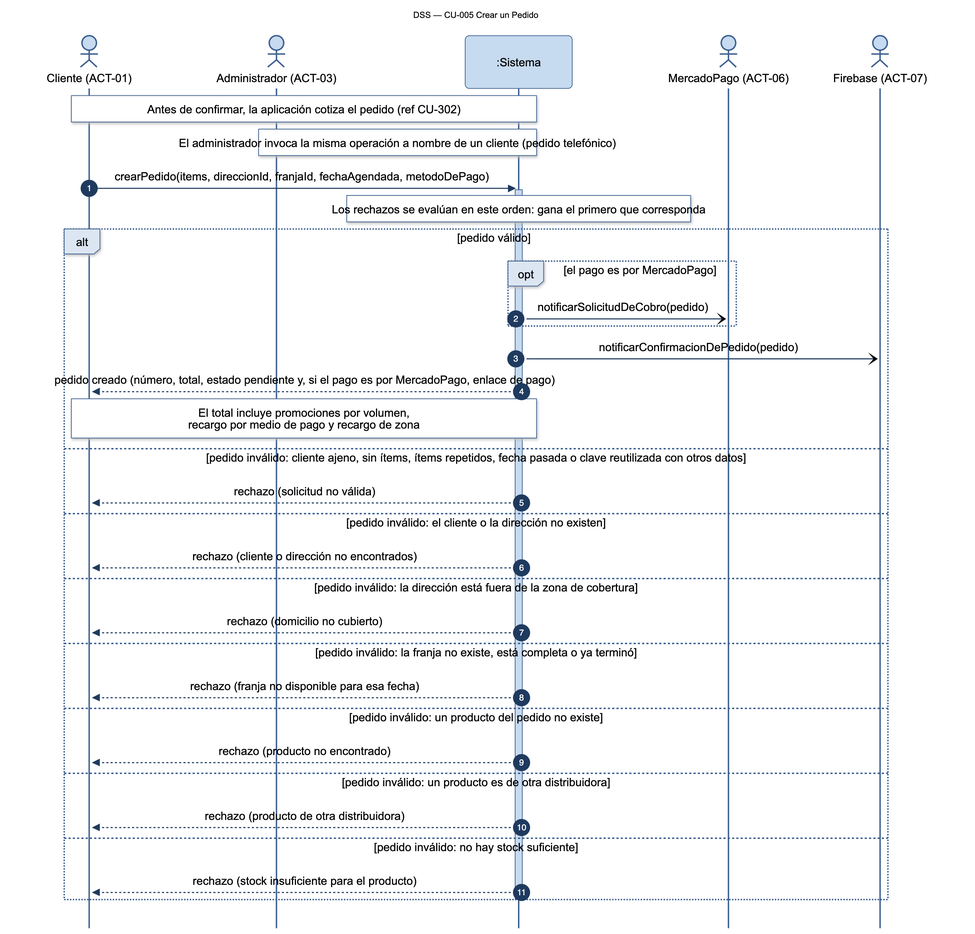
Before: diagramas/png/DSS_CU-005_Crear-un-Pedido.png, a diagram exported from Mermaid (Nahuelito-Dev/splg-docs). Its source is kept beside it as diagramas/DSS_CU-005_Crear-un-Pedido.mmd.
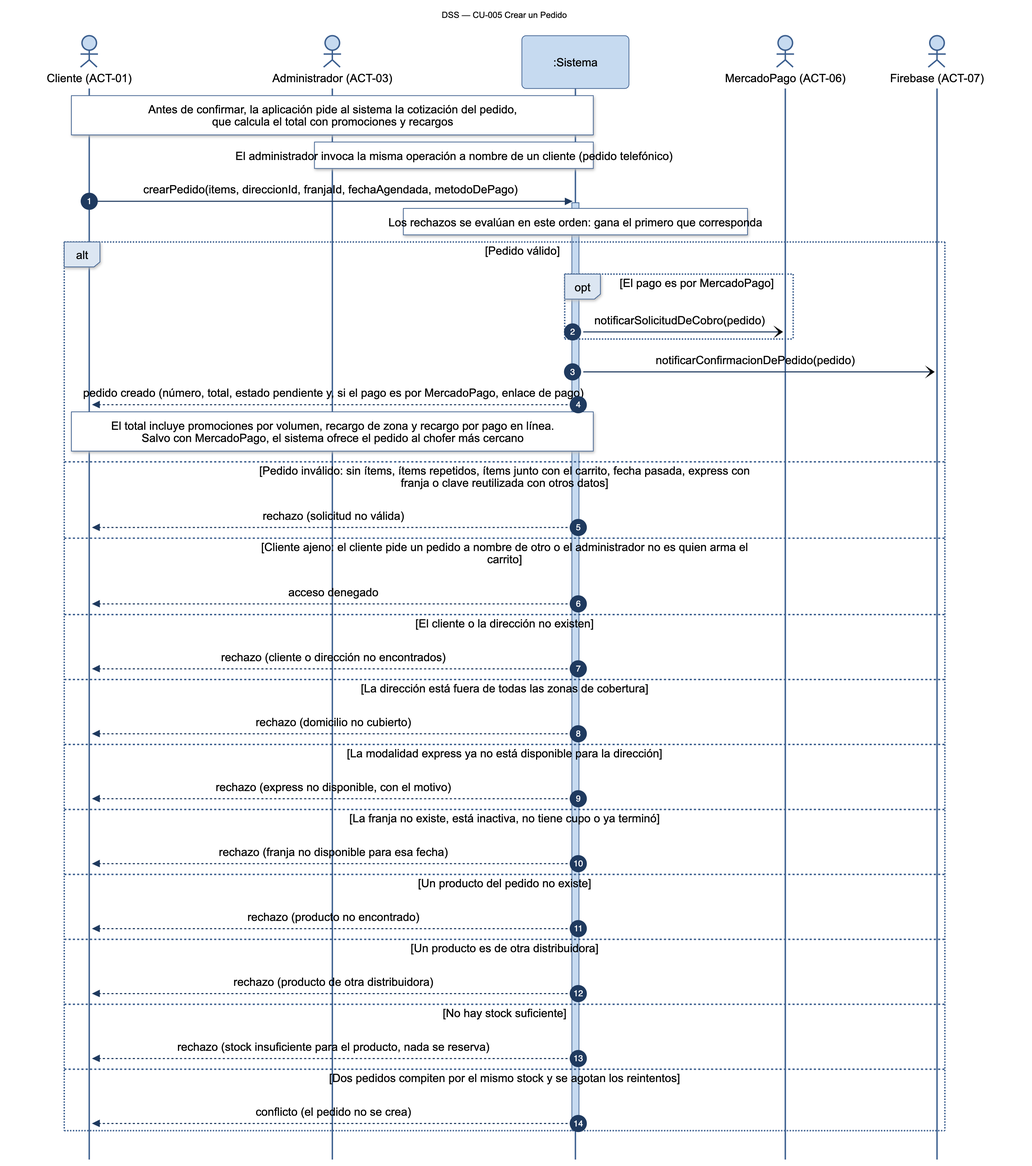
Later version of the same file.

Diff of the diagram source:
```diff
@@ -7,31 +7,37 @@
     actor MPA as MercadoPago (ACT-06)
     actor FIR as Firebase (ACT-07)
 
-    Note over CLI,SIS: Antes de confirmar, la aplicación cotiza el pedido (ref CU-302)
+    Note over CLI,SIS: Antes de confirmar, la aplicación pide al sistema la cotización del pedido,<br/>que calcula el total con promociones y recargos
     Note over ADM,SIS: El administrador invoca la misma operación a nombre de un cliente (pedido telefónico)
     CLI->>SIS: crearPedido(items, direccionId, franjaId, fechaAgendada, metodoDePago)
     activate SIS
     Note over SIS: Los rechazos se evalúan en este orden: gana el primero que corresponda
-    alt pedido válido
-        opt el pago es por MercadoPago
+    alt Pedido válido
+        opt El pago es por MercadoPago
             SIS-)MPA: notificarSolicitudDeCobro(pedido)
         end
         SIS-)FIR: notificarConfirmacionDePedido(pedido)
         SIS-->>CLI: pedido creado (número, total, estado pendiente y, si el pago es por MercadoPago, enlace de pago)
-        Note over CLI,SIS: El total incluye promociones por volumen,<br/>recargo por medio de pago y recargo de zona
-    else pedido inválido: cliente ajeno, sin ítems, ítems repetidos, fecha pasada o clave reutilizada con otros datos
+        Note over CLI,SIS: El total incluye promociones por volumen, recargo de zona y recargo por pago en línea.<br/>Salvo con MercadoPago, el sistema ofrece el pedido al chofer más cercano
+    else Pedido inválido: sin ítems, ítems repetidos, ítems junto con el carrito, fecha pasada, express con franja o clave reutilizada con otros datos
         SIS-->>CLI: rechazo (solicitud no válida)
-    else pedido inválido: el cliente o la dirección no existen
+    else Cliente ajeno: el cliente pide un pedido a nombre de otro o el administrador no es quien arma el carrito
+        SIS-->>CLI: acceso denegado
+    else El cliente o la dirección no existen
         SIS-->>CLI: rechazo (cliente o dirección no encontrados)
-    else pedido inválido: la dirección está fuera de la zona de cobertura
+    else La dirección está fuera de todas las zonas de cobertura
         SIS-->>CLI: rechazo (domicilio no cubierto)
-    else pedido inválido: la franja no existe, está completa o ya terminó
+    else La modalidad express ya no está disponible para la dirección
+        SIS-->>CLI: rechazo (express no disponible, con el motivo)
+    else La franja no existe, está inactiva, no tiene cupo o ya terminó
         SIS-->>CLI: rechazo (franja no disponible para esa fecha)
-    else pedido inválido: un producto del pedido no existe
+    else Un producto del pedido no existe
         SIS-->>CLI: rechazo (producto no encontrado)
-    else pedido inválido: un producto es de otra distribuidora
+    else Un producto es de otra distribuidora
         SIS-->>CLI: rechazo (producto de otra distribuidora)
-    else pedido inválido: no hay stock suficiente
-        SIS-->>CLI: rechazo (stock insuficiente para el producto)
+    else No hay stock suficiente
+        SIS-->>CLI: rechazo (stock insuficiente para el producto, nada se reserva)
+    else Dos pedidos compiten por el mismo stock y se agotan los reintentos
+        SIS-->>CLI: conflicto (el pedido no se crea)
     end
     deactivate SIS
```
